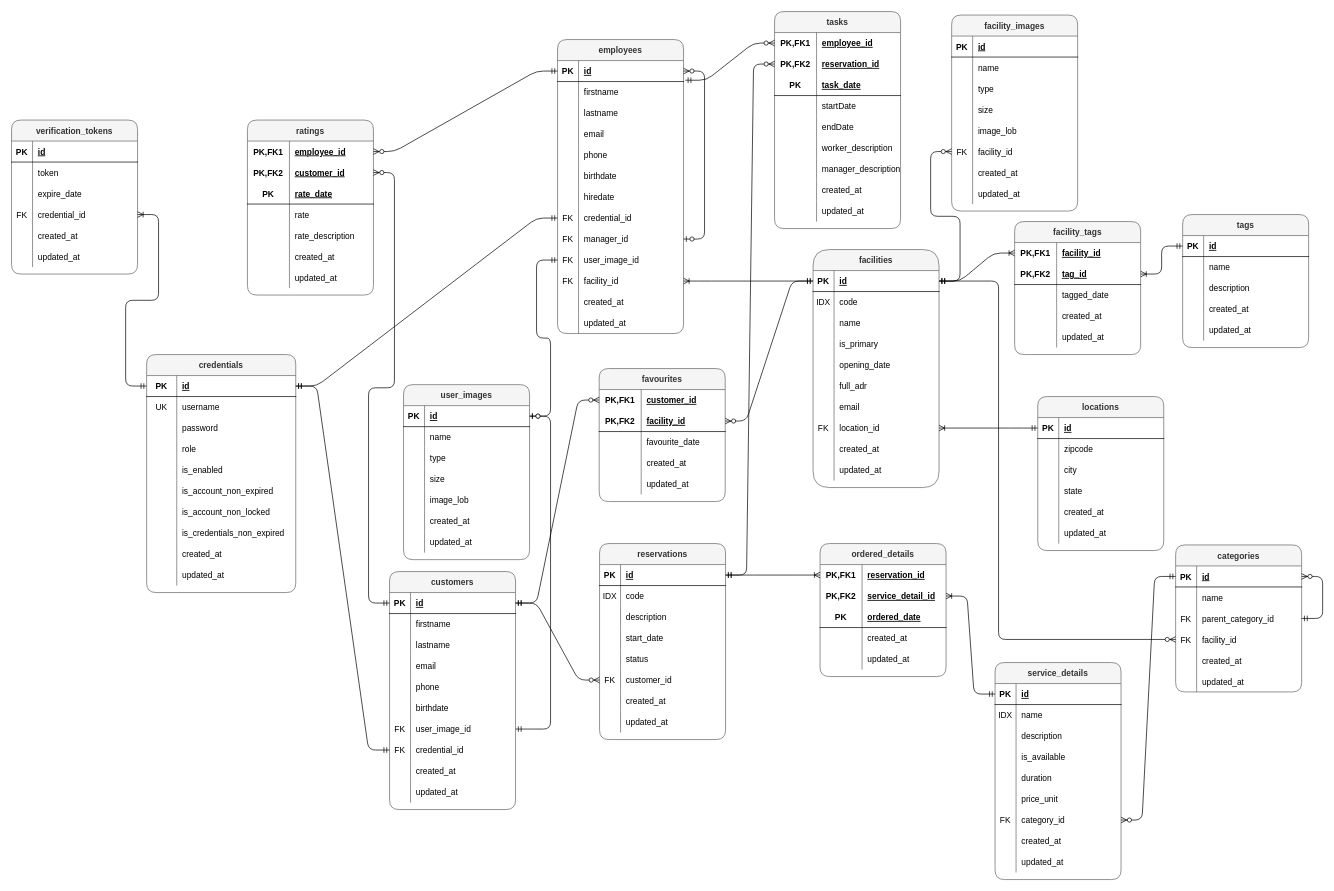
This is docs/doc/atic/atic_erd_diag.drawio from SelimHorri/atic-backend-app, a draw.io file, before an edit. Source tidied: cells renumbered, new cells numbered last; positions are measured from the earlier drawing's top-left corner, leaving out a move shared by most shapes. Both pictures are drawn from the tidied source at 70%, with x=0, y=0 at pixel (11, 11).
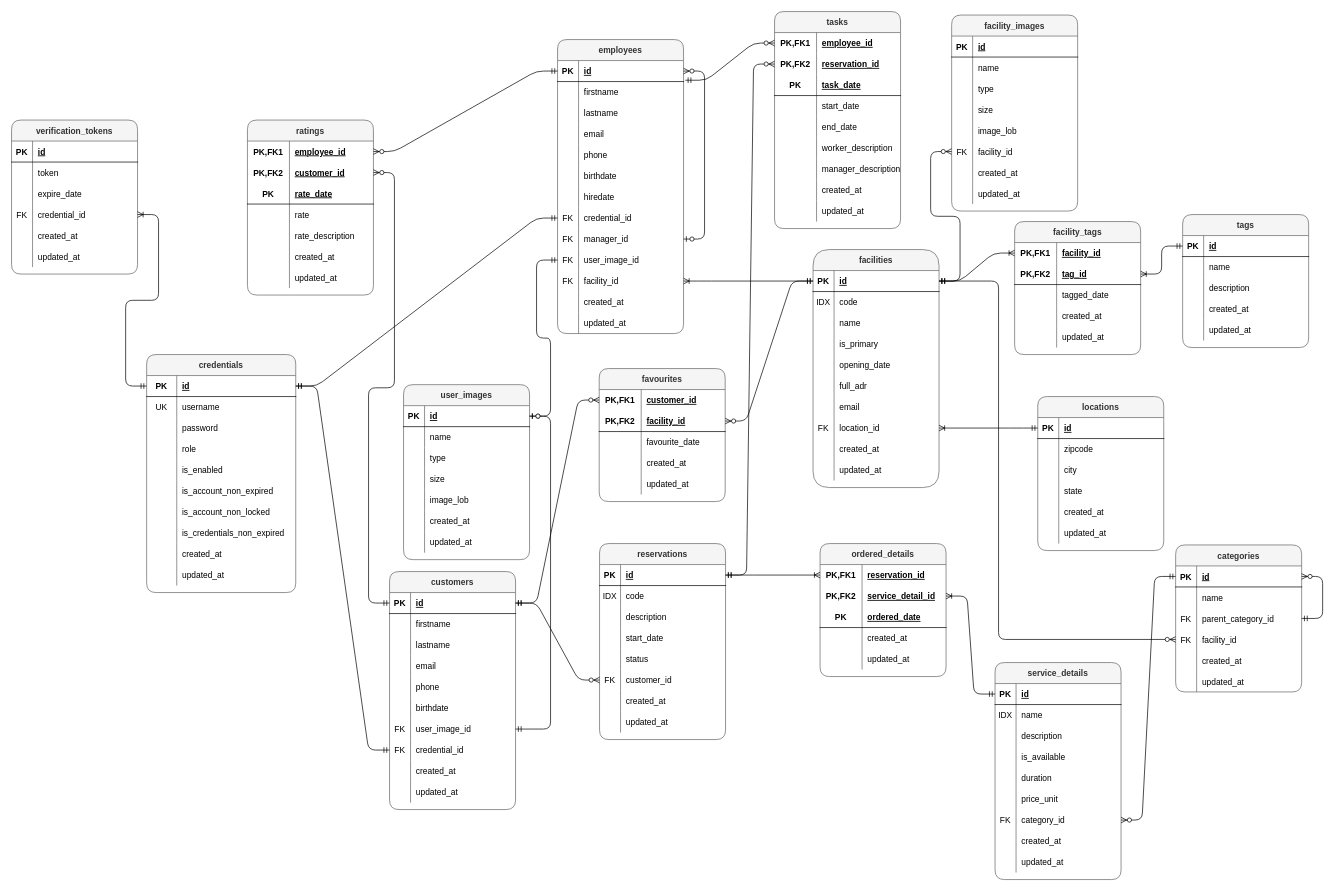
The same page after the edit.

The change refers to these unchanged cells:
```xml
<mxCell id="409" style="shape=partialRectangle;fillColor=none;top=0;left=0;bottom=0;right=0;rounded=1;" parent="399" vertex="1">
  <mxGeometry y="120" width="180" height="30" as="geometry" />
</mxCell>
<mxCell id="412" style="shape=partialRectangle;fillColor=none;top=0;left=0;bottom=0;right=0;rounded=1;" parent="399" vertex="1">
  <mxGeometry y="150" width="180" height="30" as="geometry" />
</mxCell>
```

Diff of the diagram source:
```diff
@@
-    <mxCell id="411" value="startDate" style="shape=partialRectangle;fillColor=none;top=0;left=0;bottom=0;right=0;align=left;spacingLeft=6;overflow=hidden;rounded=1;" parent="409" vertex="1">
+    <mxCell id="411" value="start_date" style="shape=partialRectangle;fillColor=none;top=0;left=0;bottom=0;right=0;align=left;spacingLeft=6;overflow=hidden;rounded=1;" parent="409" vertex="1">
       <mxGeometry x="60" width="120" height="30" as="geometry" />
     </mxCell>
@@
-    <mxCell id="414" value="endDate" style="shape=partialRectangle;fillColor=none;top=0;left=0;bottom=0;right=0;align=left;spacingLeft=6;overflow=hidden;rounded=1;" parent="412" vertex="1">
+    <mxCell id="414" value="end_date" style="shape=partialRectangle;fillColor=none;top=0;left=0;bottom=0;right=0;align=left;spacingLeft=6;overflow=hidden;rounded=1;" parent="412" vertex="1">
       <mxGeometry x="60" width="120" height="30" as="geometry" />
     </mxCell>
```
